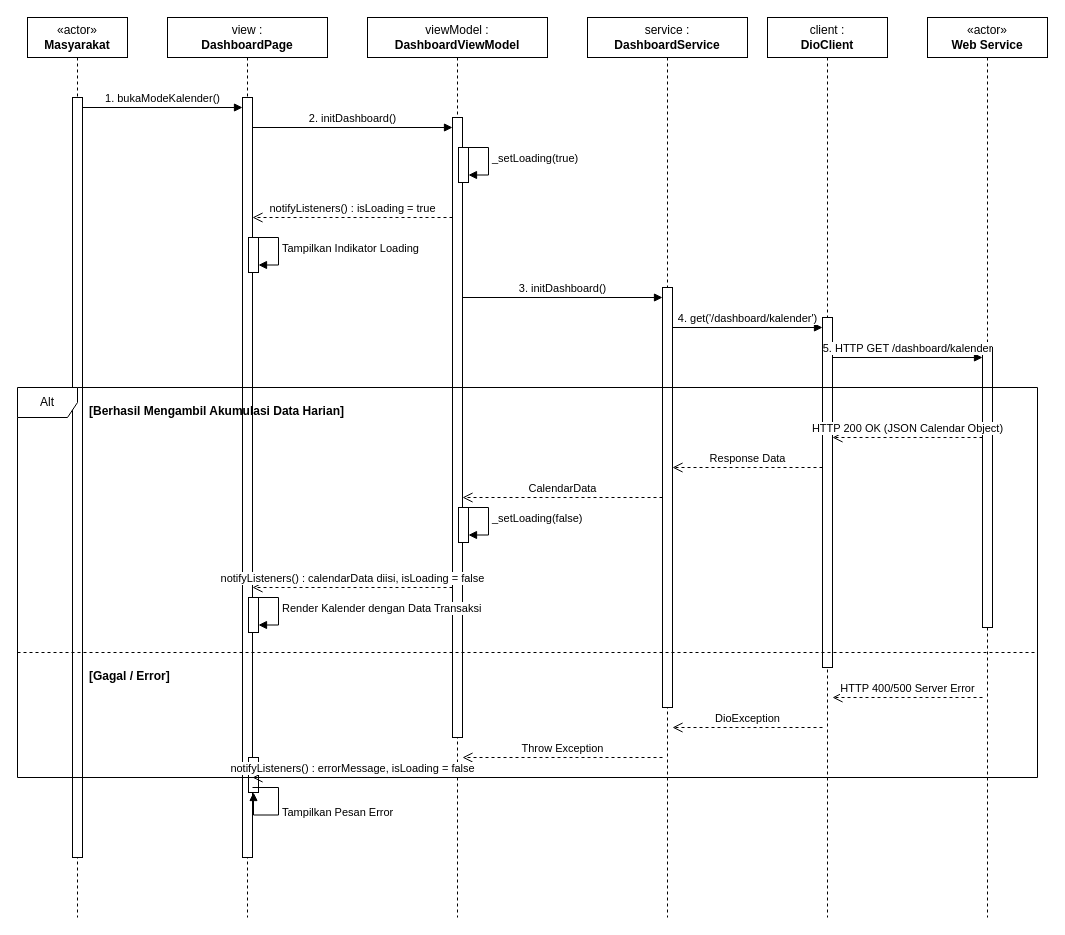
This is docs/UML/sequence_diagram/adjusted/SKPL-F-019.drawio from randy-ar/snap-notes-docs, a draw.io file, before an edit. Source tidied: cells renumbered, new cells numbered last; positions are measured from the earlier drawing's top-left corner, leaving out a move shared by most shapes. Both pictures are drawn from the tidied source at 100%, with x=0, y=0 at pixel (17, 17).
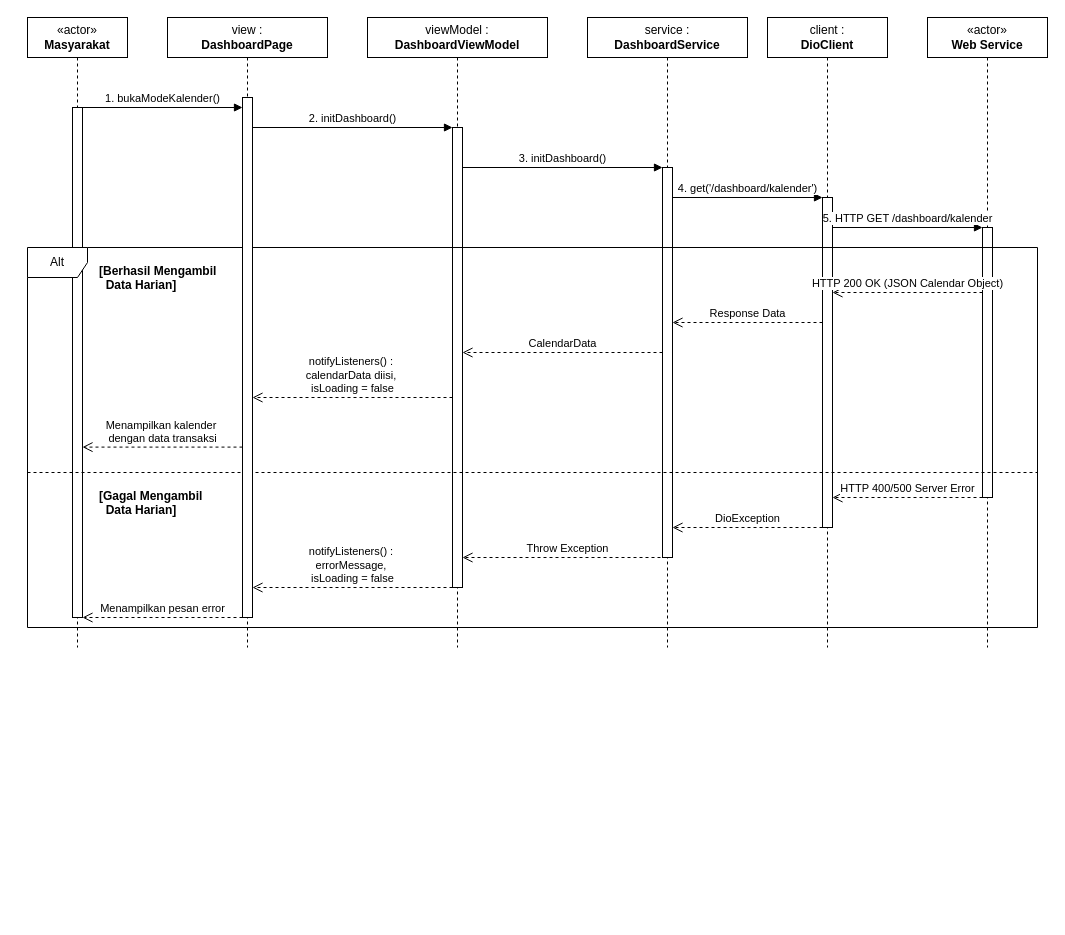
The same page after the edit.

Diff of the diagram source:
```diff
@@
     <mxCell id="2" value="«actor»&lt;br&gt;&lt;b&gt;Masyarakat&lt;/b&gt;" style="shape=umlLifeline;perimeter=lifelinePerimeter;whiteSpace=wrap;html=1;newEdgeStyle={&quot;curved&quot;:0,&quot;rounded&quot;:0};" parent="1" vertex="1">
-      <mxGeometry x="10" width="100" height="900" as="geometry" />
+      <mxGeometry x="10" width="100" height="630" as="geometry" />
     </mxCell>
     <mxCell id="3" style="html=1;perimeter=orthogonalPerimeter;targetShapes=umlLifeline;newEdgeStyle={&quot;curved&quot;:0,&quot;rounded&quot;:0};" parent="2" vertex="1">
-      <mxGeometry x="45" y="80" width="10" height="760" as="geometry" />
+      <mxGeometry x="45" y="90" width="10" height="510" as="geometry" />
     </mxCell>
     <mxCell id="4" value="view :&lt;br&gt;&lt;b&gt;DashboardPage&lt;/b&gt;" style="shape=umlLifeline;perimeter=lifelinePerimeter;whiteSpace=wrap;html=1;newEdgeStyle={&quot;curved&quot;:0,&quot;rounded&quot;:0};" parent="1" vertex="1">
-      <mxGeometry x="150" width="160" height="900" as="geometry" />
+      <mxGeometry x="150" width="160" height="630" as="geometry" />
     </mxCell>
-    <mxCell id="5" style="html=1;points=[[0,0,0,0,5],[0,1,0,0,-5],[1,0,0,0,5],[1,1,0,0,-5]];perimeter=orthogonalPerimeter;outlineConnect=0;targetShapes=umlLifeline;portConstraint=eastwest;newEdgeStyle={&quot;curved&quot;:0,&quot;rounded&quot;:0};" parent="4" vertex="1">
-      <mxGeometry x="75" y="80" width="10" height="760" as="geometry" />
-    </mxCell>
-    <mxCell id="6" style="html=1;points=[[0,0,0,0,5],[0,1,0,0,-5],[1,0,0,0,5],[1,1,0,0,-5]];perimeter=orthogonalPerimeter;outlineConnect=0;targetShapes=umlLifeline;portConstraint=eastwest;newEdgeStyle={&quot;curved&quot;:0,&quot;rounded&quot;:0};" parent="4" vertex="1">
-      <mxGeometry x="81" y="220" width="10" height="35" as="geometry" />
-    </mxCell>
-    <mxCell id="7" style="html=1;points=[[0,0,0,0,5],[0,1,0,0,-5],[1,0,0,0,5],[1,1,0,0,-5]];perimeter=orthogonalPerimeter;outlineConnect=0;targetShapes=umlLifeline;portConstraint=eastwest;newEdgeStyle={&quot;curved&quot;:0,&quot;rounded&quot;:0};" parent="4" vertex="1">
-      <mxGeometry x="81" y="580" width="10" height="35" as="geometry" />
-    </mxCell>
-    <mxCell id="8" style="html=1;points=[[0,0,0,0,5],[0,1,0,0,-5],[1,0,0,0,5],[1,1,0,0,-5]];perimeter=orthogonalPerimeter;outlineConnect=0;targetShapes=umlLifeline;portConstraint=eastwest;newEdgeStyle={&quot;curved&quot;:0,&quot;rounded&quot;:0};" parent="4" vertex="1">
-      <mxGeometry x="81" y="740" width="10" height="35" as="geometry" />
-    </mxCell>
     <mxCell id="9" value="viewModel :&lt;br&gt;&lt;b&gt;DashboardViewModel&lt;/b&gt;" style="shape=umlLifeline;perimeter=lifelinePerimeter;whiteSpace=wrap;html=1;newEdgeStyle={&quot;curved&quot;:0,&quot;rounded&quot;:0};" parent="1" vertex="1">
-      <mxGeometry x="350" width="180" height="900" as="geometry" />
+      <mxGeometry x="350" width="180" height="630" as="geometry" />
     </mxCell>
     <mxCell id="10" style="html=1;points=[[0,0,0,0,5],[0,1,0,0,-5],[1,0,0,0,5],[1,1,0,0,-5]];perimeter=orthogonalPerimeter;outlineConnect=0;targetShapes=umlLifeline;portConstraint=eastwest;newEdgeStyle={&quot;curved&quot;:0,&quot;rounded&quot;:0};" parent="9" vertex="1">
-      <mxGeometry x="85" y="100" width="10" height="620" as="geometry" />
+      <mxGeometry x="85" y="110" width="10" height="460" as="geometry" />
     </mxCell>
-    <mxCell id="11" style="html=1;points=[[0,0,0,0,5],[0,1,0,0,-5],[1,0,0,0,5],[1,1,0,0,-5]];perimeter=orthogonalPerimeter;outlineConnect=0;targetShapes=umlLifeline;portConstraint=eastwest;newEdgeStyle={&quot;curved&quot;:0,&quot;rounded&quot;:0};" parent="9" vertex="1">
-      <mxGeometry x="91" y="130" width="10" height="35" as="geometry" />
-    </mxCell>
-    <mxCell id="12" style="html=1;points=[[0,0,0,0,5],[0,1,0,0,-5],[1,0,0,0,5],[1,1,0,0,-5]];perimeter=orthogonalPerimeter;outlineConnect=0;targetShapes=umlLifeline;portConstraint=eastwest;newEdgeStyle={&quot;curved&quot;:0,&quot;rounded&quot;:0};" parent="9" vertex="1">
-      <mxGeometry x="91" y="490" width="10" height="35" as="geometry" />
-    </mxCell>
     <mxCell id="13" value="service :&lt;br&gt;&lt;b&gt;DashboardService&lt;/b&gt;" style="shape=umlLifeline;perimeter=lifelinePerimeter;whiteSpace=wrap;html=1;newEdgeStyle={&quot;curved&quot;:0,&quot;rounded&quot;:0};" parent="1" vertex="1">
-      <mxGeometry x="570" width="160" height="900" as="geometry" />
+      <mxGeometry x="570" width="160" height="630" as="geometry" />
     </mxCell>
     <mxCell id="14" style="html=1;perimeter=orthogonalPerimeter;targetShapes=umlLifeline;newEdgeStyle={&quot;curved&quot;:0,&quot;rounded&quot;:0};" parent="13" vertex="1">
-      <mxGeometry x="75" y="270" width="10" height="420" as="geometry" />
+      <mxGeometry x="75" y="150" width="10" height="390" as="geometry" />
     </mxCell>
     <mxCell id="15" value="client :&lt;br&gt;&lt;b&gt;DioClient&lt;/b&gt;" style="shape=umlLifeline;perimeter=lifelinePerimeter;whiteSpace=wrap;html=1;newEdgeStyle={&quot;curved&quot;:0,&quot;rounded&quot;:0};" parent="1" vertex="1">
-      <mxGeometry x="750" width="120" height="900" as="geometry" />
+      <mxGeometry x="750" width="120" height="630" as="geometry" />
     </mxCell>
     <mxCell id="16" style="html=1;perimeter=orthogonalPerimeter;targetShapes=umlLifeline;newEdgeStyle={&quot;curved&quot;:0,&quot;rounded&quot;:0};" parent="15" vertex="1">
-      <mxGeometry x="55" y="300" width="10" height="350" as="geometry" />
+      <mxGeometry x="55" y="180" width="10" height="330" as="geometry" />
     </mxCell>
     <mxCell id="17" value="«actor»&lt;br&gt;&lt;b&gt;Web Service&lt;/b&gt;" style="shape=umlLifeline;perimeter=lifelinePerimeter;whiteSpace=wrap;html=1;newEdgeStyle={&quot;curved&quot;:0,&quot;rounded&quot;:0};" parent="1" vertex="1">
-      <mxGeometry x="910" width="120" height="900" as="geometry" />
+      <mxGeometry x="910" width="120" height="630" as="geometry" />
     </mxCell>
     <mxCell id="18" style="html=1;perimeter=orthogonalPerimeter;targetShapes=umlLifeline;newEdgeStyle={&quot;curved&quot;:0,&quot;rounded&quot;:0};" parent="17" vertex="1">
-      <mxGeometry x="55" y="330" width="10" height="280" as="geometry" />
+      <mxGeometry x="55" y="210" width="10" height="270" as="geometry" />
     </mxCell>
@@
-    <mxCell id="21" value="&lt;span style=&quot;text-align: center;&quot;&gt;_setLoading(true)&lt;/span&gt;" style="html=1;align=left;spacingLeft=2;endArrow=block;rounded=0;edgeStyle=orthogonalEdgeStyle;curved=0;" parent="1" edge="1" target="11">
-      <mxGeometry relative="1" as="geometry">
-        <mxPoint x="445" y="130" as="sourcePoint" />
-        <Array as="points">
-          <mxPoint x="471" y="130" />
-          <mxPoint x="471" y="157.5" />
-        </Array>
-      </mxGeometry>
-    </mxCell>
-    <mxCell id="22" value="notifyListeners() : isLoading = true" style="html=1;verticalAlign=bottom;endArrow=open;dashed=1;endSize=8;curved=0;rounded=0;" parent="1" edge="1">
-      <mxGeometry relative="1" as="geometry">
-        <mxPoint x="435" y="200" as="sourcePoint" />
-        <mxPoint x="235" y="200" as="targetPoint" />
-      </mxGeometry>
-    </mxCell>
-    <mxCell id="23" value="&lt;span style=&quot;text-align: center;&quot;&gt;Tampilkan Indikator Loading&lt;/span&gt;" style="html=1;align=left;spacingLeft=2;endArrow=block;rounded=0;edgeStyle=orthogonalEdgeStyle;curved=0;" parent="1" edge="1" target="6">
-      <mxGeometry relative="1" as="geometry">
-        <mxPoint x="235" y="220" as="sourcePoint" />
-        <Array as="points">
-          <mxPoint x="261" y="220" />
-          <mxPoint x="261" y="247.5" />
-        </Array>
-      </mxGeometry>
-    </mxCell>
     <mxCell id="24" value="3. initDashboard()" style="html=1;verticalAlign=bottom;endArrow=block;curved=0;rounded=0;" parent="1" edge="1">
       <mxGeometry relative="1" as="geometry">
-        <mxPoint x="445" y="280" as="sourcePoint" />
-        <mxPoint x="645" y="280" as="targetPoint" />
+        <mxPoint x="445" y="150" as="sourcePoint" />
+        <mxPoint x="645" y="150" as="targetPoint" />
       </mxGeometry>
     </mxCell>
     <mxCell id="25" value="4. get('/dashboard/kalender')" style="html=1;verticalAlign=bottom;endArrow=block;curved=0;rounded=0;" parent="1" edge="1">
       <mxGeometry relative="1" as="geometry">
-        <mxPoint x="655" y="310" as="sourcePoint" />
-        <mxPoint x="805" y="310" as="targetPoint" />
+        <mxPoint x="655" y="180" as="sourcePoint" />
+        <mxPoint x="805" y="180" as="targetPoint" />
       </mxGeometry>
     </mxCell>
     <mxCell id="26" value="5. HTTP GET /dashboard/kalender" style="html=1;verticalAlign=bottom;endArrow=block;curved=0;rounded=0;" parent="1" edge="1">
       <mxGeometry relative="1" as="geometry">
-        <mxPoint x="815" y="340" as="sourcePoint" />
-        <mxPoint x="965" y="340" as="targetPoint" />
+        <mxPoint x="815" y="210" as="sourcePoint" />
+        <mxPoint x="965" y="210" as="targetPoint" />
       </mxGeometry>
     </mxCell>
     <mxCell id="27" value="Alt" style="shape=umlFrame;whiteSpace=wrap;html=1;width=60;height=30;" parent="1" vertex="1">
-      <mxGeometry y="370" width="1020" height="390" as="geometry" />
+      <mxGeometry x="10" y="230" width="1010" height="380" as="geometry" />
     </mxCell>
+    <mxCell id="33" value="notifyListeners() :&amp;nbsp;&lt;div&gt;calendarData diisi,&amp;nbsp;&lt;/div&gt;&lt;div&gt;isLoading = false&lt;/div&gt;" style="html=1;verticalAlign=bottom;endArrow=open;dashed=1;endSize=8;curved=0;rounded=0;" parent="27" edge="1">
+      <mxGeometry relative="1" as="geometry">
+        <mxPoint x="425" y="150" as="sourcePoint" />
+        <mxPoint x="225" y="150" as="targetPoint" />
+      </mxGeometry>
+    </mxCell>
+    <mxCell id="35" style="line;strokeWidth=1;dashed=1;labelPosition=center;verticalLabelPosition=bottom;align=left;verticalAlign=top;spacingLeft=20;spacingTop=15;html=1;whiteSpace=wrap;" parent="27" vertex="1">
+      <mxGeometry y="220" width="1010" height="10" as="geometry" />
+    </mxCell>
+    <mxCell id="36" value="&lt;b&gt;[Gagal&amp;nbsp;&lt;/b&gt;&lt;b&gt;Mengambil&amp;nbsp;&lt;/b&gt;&lt;div&gt;&lt;b&gt;&amp;nbsp; Data Harian]&lt;/b&gt;&lt;/div&gt;" style="text;html=1;" parent="27" vertex="1">
+      <mxGeometry x="70" y="235" width="220" height="20" as="geometry" />
+    </mxCell>
+    <mxCell id="39" value="Throw Exception" style="html=1;verticalAlign=bottom;endArrow=open;dashed=1;endSize=8;curved=0;rounded=0;" parent="27" edge="1" target="10">
+      <mxGeometry relative="1" as="geometry">
+        <mxPoint x="645" y="310" as="sourcePoint" />
+      </mxGeometry>
+    </mxCell>
+    <mxCell id="5" style="html=1;points=[[0,0,0,0,5],[0,1,0,0,-5],[1,0,0,0,5],[1,1,0,0,-5]];perimeter=orthogonalPerimeter;outlineConnect=0;targetShapes=umlLifeline;portConstraint=eastwest;newEdgeStyle={&quot;curved&quot;:0,&quot;rounded&quot;:0};" parent="27" vertex="1">
+      <mxGeometry x="215" y="-150" width="10" height="520" as="geometry" />
+    </mxCell>
-    <mxCell id="28" value="&lt;b&gt;[Berhasil Mengambil Akumulasi Data Harian]&lt;/b&gt;" style="text;html=1;" parent="27" vertex="1">
+    <mxCell id="28" value="&lt;b&gt;[Berhasil Mengambil&amp;nbsp;&lt;/b&gt;&lt;div&gt;&lt;b&gt;&amp;nbsp; Data Harian]&lt;/b&gt;&lt;/div&gt;" style="text;html=1;" parent="27" vertex="1">
       <mxGeometry width="300" height="20" relative="1" as="geometry">
         <mxPoint x="70" y="10" as="offset" />
       </mxGeometry>
     </mxCell>
+    <mxCell id="40" value="notifyListeners() :&amp;nbsp;&lt;div&gt;errorMessage,&amp;nbsp;&lt;/div&gt;&lt;div&gt;isLoading = false&lt;/div&gt;" style="html=1;verticalAlign=bottom;endArrow=open;dashed=1;endSize=8;curved=0;rounded=0;" parent="1" edge="1">
+      <mxGeometry relative="1" as="geometry">
+        <mxPoint x="435" y="570" as="sourcePoint" />
+        <mxPoint x="235" y="570" as="targetPoint" />
+      </mxGeometry>
+    </mxCell>
+    <mxCell id="42" value="Menampilkan kalender&amp;nbsp;&lt;div&gt;dengan data transaksi&lt;/div&gt;" style="html=1;verticalAlign=bottom;endArrow=open;dashed=1;endSize=8;curved=0;rounded=0;" parent="1" edge="1" source="5">
+      <mxGeometry relative="1" as="geometry">
+        <mxPoint x="65" y="429.6" as="targetPoint" />
+      </mxGeometry>
+    </mxCell>
+    <mxCell id="43" value="Menampilkan pesan error" style="html=1;verticalAlign=bottom;endArrow=open;dashed=1;endSize=8;curved=0;rounded=0;" parent="1" edge="1">
+      <mxGeometry relative="1" as="geometry">
+        <mxPoint x="225" y="600" as="sourcePoint" />
+        <mxPoint x="65" y="600" as="targetPoint" />
+      </mxGeometry>
+    </mxCell>
+    <mxCell id="38" value="DioException" style="html=1;verticalAlign=bottom;endArrow=open;dashed=1;endSize=8;curved=0;rounded=0;" parent="1" edge="1">
+      <mxGeometry relative="1" as="geometry">
+        <mxPoint x="805" y="510" as="sourcePoint" />
+        <mxPoint x="655" y="510" as="targetPoint" />
+      </mxGeometry>
+    </mxCell>
+    <mxCell id="37" value="HTTP 400/500 Server Error" style="html=1;verticalAlign=bottom;endArrow=open;dashed=1;endSize=8;curved=0;rounded=0;" parent="1" edge="1">
+      <mxGeometry relative="1" as="geometry">
+        <mxPoint x="965" y="480" as="sourcePoint" />
+        <mxPoint x="815" y="480" as="targetPoint" />
+      </mxGeometry>
+    </mxCell>
-    <mxCell id="29" value="HTTP 200 OK (JSON Calendar Object)" style="html=1;verticalAlign=bottom;endArrow=open;dashed=1;endSize=8;curved=0;rounded=0;" parent="27" edge="1">
+    <mxCell id="29" value="HTTP 200 OK (JSON Calendar Object)" style="html=1;verticalAlign=bottom;endArrow=open;dashed=1;endSize=8;curved=0;rounded=0;" parent="1" edge="1">
       <mxGeometry relative="1" as="geometry">
-        <mxPoint x="965" y="50" as="sourcePoint" />
-        <mxPoint x="815" y="50" as="targetPoint" />
+        <mxPoint x="965" y="275" as="sourcePoint" />
+        <mxPoint x="815" y="275" as="targetPoint" />
       </mxGeometry>
     </mxCell>
-    <mxCell id="30" value="Response Data" style="html=1;verticalAlign=bottom;endArrow=open;dashed=1;endSize=8;curved=0;rounded=0;" parent="27" edge="1">
+    <mxCell id="30" value="Response Data" style="html=1;verticalAlign=bottom;endArrow=open;dashed=1;endSize=8;curved=0;rounded=0;" parent="1" edge="1">
       <mxGeometry relative="1" as="geometry">
-        <mxPoint x="805" y="80" as="sourcePoint" />
-        <mxPoint x="655" y="80" as="targetPoint" />
+        <mxPoint x="805" y="305" as="sourcePoint" />
+        <mxPoint x="655" y="305" as="targetPoint" />
       </mxGeometry>
     </mxCell>
-    <mxCell id="31" value="CalendarData" style="html=1;verticalAlign=bottom;endArrow=open;dashed=1;endSize=8;curved=0;rounded=0;" parent="27" edge="1">
+    <mxCell id="31" value="CalendarData" style="html=1;verticalAlign=bottom;endArrow=open;dashed=1;endSize=8;curved=0;rounded=0;" parent="1" edge="1">
       <mxGeometry relative="1" as="geometry">
-        <mxPoint x="645" y="110" as="sourcePoint" />
-        <mxPoint x="445" y="110" as="targetPoint" />
+        <mxPoint x="645" y="335" as="sourcePoint" />
+        <mxPoint x="445" y="335" as="targetPoint" />
       </mxGeometry>
     </mxCell>
-    <mxCell id="32" value="&lt;span style=&quot;text-align: center;&quot;&gt;_setLoading(false)&lt;/span&gt;" style="html=1;align=left;spacingLeft=2;endArrow=block;rounded=0;edgeStyle=orthogonalEdgeStyle;curved=0;" parent="1" edge="1" target="12">
-      <mxGeometry relative="1" as="geometry">
-        <mxPoint x="445" y="490" as="sourcePoint" />
-        <Array as="points">
-          <mxPoint x="471" y="490" />
-          <mxPoint x="471" y="517.5" />
-        </Array>
-      </mxGeometry>
-    </mxCell>
-    <mxCell id="33" value="notifyListeners() : calendarData diisi, isLoading = false" style="html=1;verticalAlign=bottom;endArrow=open;dashed=1;endSize=8;curved=0;rounded=0;" parent="27" edge="1">
-      <mxGeometry relative="1" as="geometry">
-        <mxPoint x="435" y="200" as="sourcePoint" />
-        <mxPoint x="235" y="200" as="targetPoint" />
-      </mxGeometry>
-    </mxCell>
-    <mxCell id="34" value="&lt;span style=&quot;text-align: center;&quot;&gt;Render Kalender dengan Data Transaksi&lt;/span&gt;" style="html=1;align=left;spacingLeft=2;endArrow=block;rounded=0;edgeStyle=orthogonalEdgeStyle;curved=0;" parent="1" edge="1" target="7">
-      <mxGeometry relative="1" as="geometry">
-        <mxPoint x="235" y="580" as="sourcePoint" />
-        <Array as="points">
-          <mxPoint x="261" y="580" />
-          <mxPoint x="261" y="607.5" />
-        </Array>
-      </mxGeometry>
-    </mxCell>
-    <mxCell id="35" style="line;strokeWidth=1;dashed=1;labelPosition=center;verticalLabelPosition=bottom;align=left;verticalAlign=top;spacingLeft=20;spacingTop=15;html=1;whiteSpace=wrap;" parent="27" vertex="1">
-      <mxGeometry y="260" width="1020" height="10" as="geometry" />
-    </mxCell>
-    <mxCell id="36" value="&lt;b&gt;[Gagal / Error]&lt;/b&gt;" style="text;html=1;" parent="27" vertex="1">
-      <mxGeometry x="70" y="275" width="220" height="20" as="geometry" />
-    </mxCell>
-    <mxCell id="37" value="HTTP 400/500 Server Error" style="html=1;verticalAlign=bottom;endArrow=open;dashed=1;endSize=8;curved=0;rounded=0;" parent="27" edge="1">
-      <mxGeometry relative="1" as="geometry">
-        <mxPoint x="965" y="310" as="sourcePoint" />
-        <mxPoint x="815" y="310" as="targetPoint" />
-      </mxGeometry>
-    </mxCell>
-    <mxCell id="38" value="DioException" style="html=1;verticalAlign=bottom;endArrow=open;dashed=1;endSize=8;curved=0;rounded=0;" parent="27" edge="1">
-      <mxGeometry relative="1" as="geometry">
-        <mxPoint x="805" y="340" as="sourcePoint" />
-        <mxPoint x="655" y="340" as="targetPoint" />
-      </mxGeometry>
-    </mxCell>
-    <mxCell id="39" value="Throw Exception" style="html=1;verticalAlign=bottom;endArrow=open;dashed=1;endSize=8;curved=0;rounded=0;" parent="27" edge="1">
-      <mxGeometry relative="1" as="geometry">
-        <mxPoint x="645" y="370" as="sourcePoint" />
-        <mxPoint x="445" y="370" as="targetPoint" />
-      </mxGeometry>
-    </mxCell>
-    <mxCell id="40" value="notifyListeners() : errorMessage, isLoading = false" style="html=1;verticalAlign=bottom;endArrow=open;dashed=1;endSize=8;curved=0;rounded=0;" parent="1" edge="1">
-      <mxGeometry relative="1" as="geometry">
-        <mxPoint x="435" y="760" as="sourcePoint" />
-        <mxPoint x="235" y="760" as="targetPoint" />
-      </mxGeometry>
-    </mxCell>
-    <mxCell id="41" value="&lt;span style=&quot;text-align: center;&quot;&gt;Tampilkan Pesan Error&lt;/span&gt;" style="html=1;align=left;spacingLeft=2;endArrow=block;rounded=0;edgeStyle=orthogonalEdgeStyle;curved=0;" parent="1" edge="1" target="8">
-      <mxGeometry relative="1" as="geometry">
-        <mxPoint x="235" y="770" as="sourcePoint" />
-        <Array as="points">
-          <mxPoint x="261" y="770" />
-          <mxPoint x="261" y="797.5" />
-        </Array>
-      </mxGeometry>
-    </mxCell>
```
